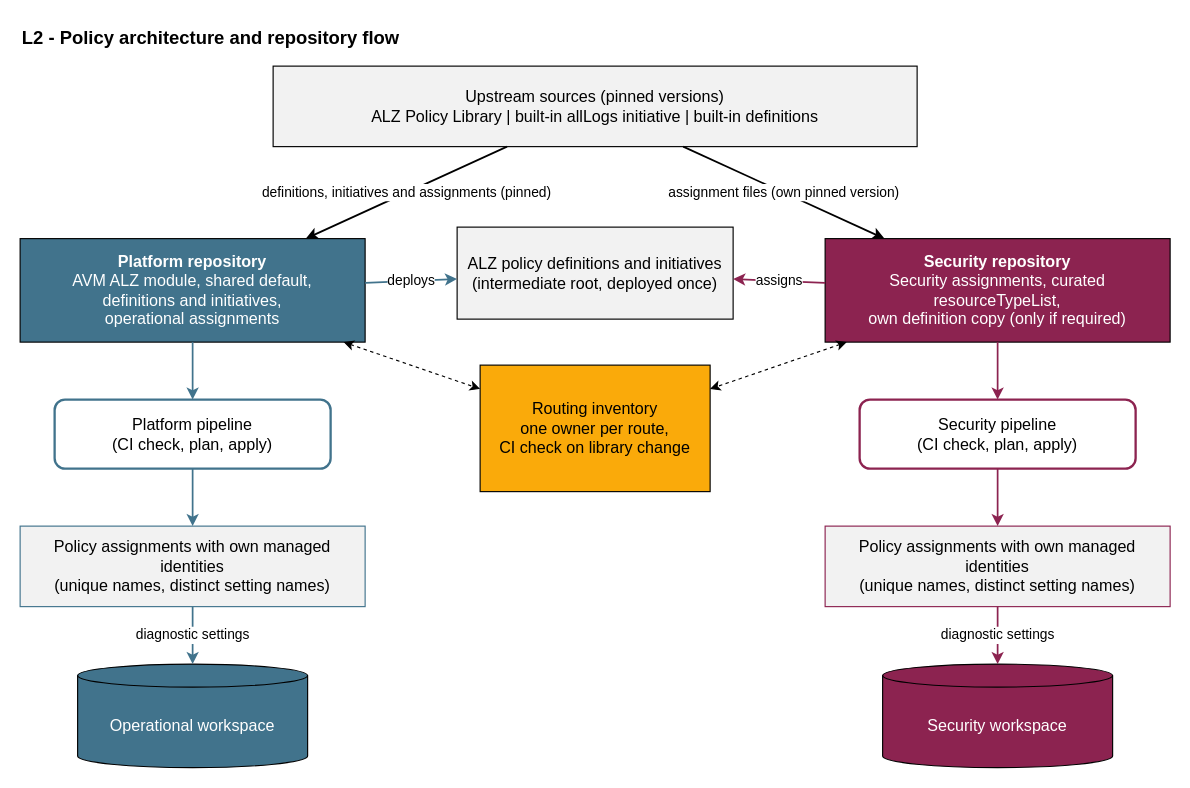
The draw.io diagram design/diagrams/L2-policy-repository-flow.drawio in NikolaiKleppe/alz-diagnostic-log-design, before the edit. Source tidied: cells renumbered, new cells numbered last; positions are measured from the earlier drawing's top-left corner, leaving out a move shared by most shapes. Both pictures are drawn from the tidied source at 115%, with x=0, y=0 at pixel (20, 20).
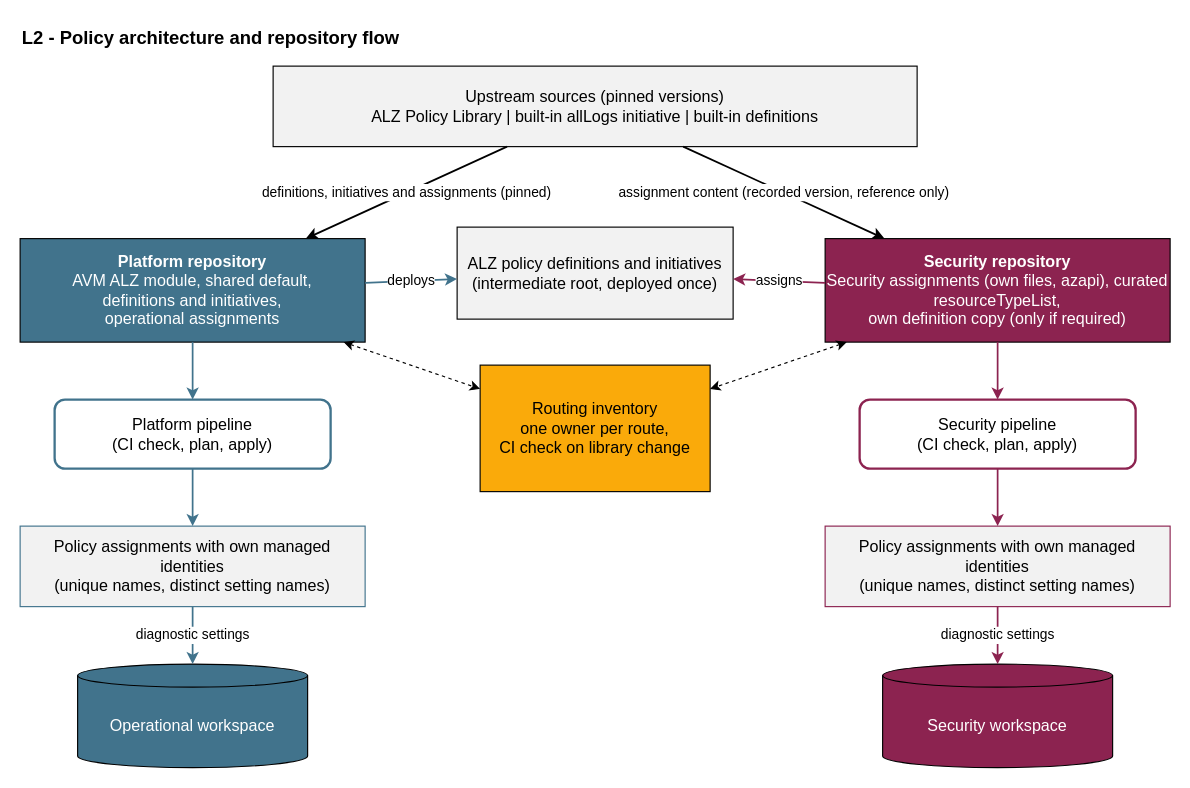
The same diagram, later.

The change refers to these unchanged cells:
```xml
<mxCell id="3" value="Upstream sources (pinned versions)&#10;ALZ Policy Library | built-in allLogs initiative | built-in definitions" style="rounded=0;whiteSpace=wrap;html=1;fillColor=#F2F2F2;strokeColor=#000000;fontFamily=Calibri;fontSize=14;" parent="1" vertex="1">
  <mxGeometry x="220" y="40" width="560" height="70" as="geometry" />
</mxCell>
```

Change to the diagram source:
```diff
@@
-    <mxCell id="5" value="&lt;b&gt;Security repository&lt;/b&gt;&lt;br&gt;Security assignments, curated resourceTypeList,&lt;br&gt;own definition copy (only if required)" style="rounded=0;whiteSpace=wrap;html=1;fillColor=#8C2350;strokeColor=#000000;fontColor=#FFFFFF;fontFamily=Calibri;fontSize=14;" parent="1" vertex="1">
+    <mxCell id="5" value="&lt;b&gt;Security repository&lt;/b&gt;&lt;br&gt;Security assignments (own files, azapi), curated resourceTypeList,&lt;br&gt;own definition copy (only if required)" style="rounded=0;whiteSpace=wrap;html=1;fillColor=#8C2350;strokeColor=#000000;fontColor=#FFFFFF;fontFamily=Calibri;fontSize=14;" parent="1" vertex="1">
       <mxGeometry x="700" y="190" width="300" height="90" as="geometry" />
     </mxCell>
@@
-    <mxCell id="15" value="assignment files (own pinned version)" style="endArrow=classic;html=1;strokeColor=#000000;strokeWidth=1.5;fontFamily=Calibri;fontSize=12;" parent="1" edge="1" source="3" target="5">
+    <mxCell id="15" value="assignment content (recorded version, reference only)" style="endArrow=classic;html=1;strokeColor=#000000;strokeWidth=1.5;fontFamily=Calibri;fontSize=12;" parent="1" edge="1" source="3" target="5">
       <mxGeometry relative="1" as="geometry" />
     </mxCell>
```
